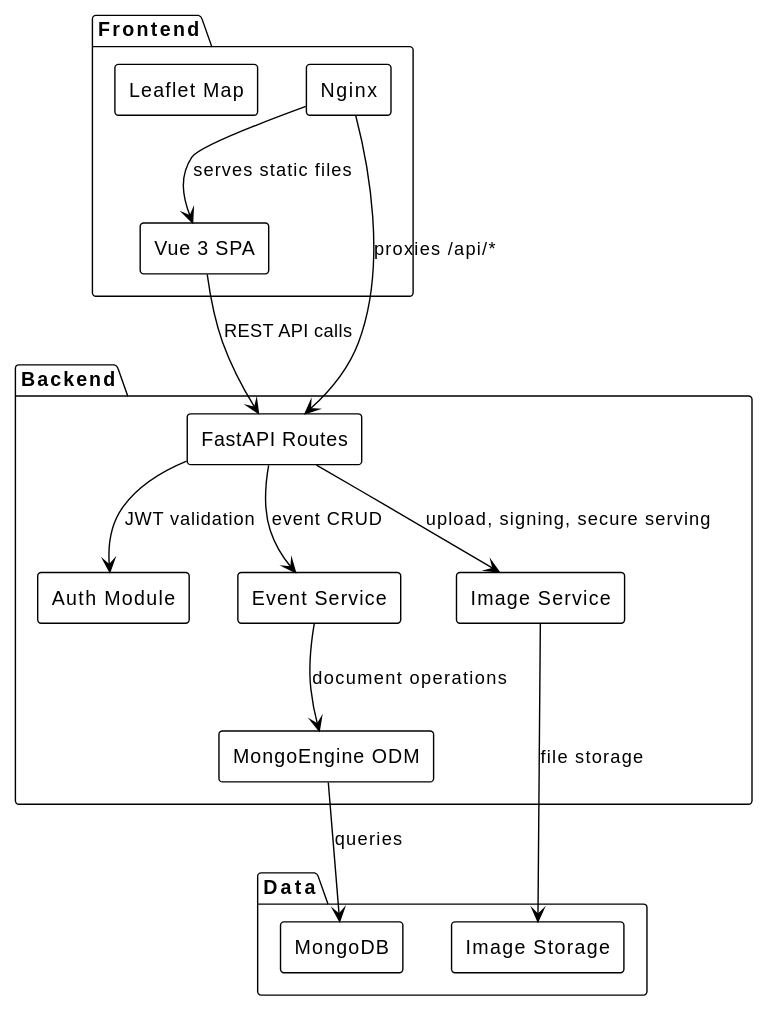
Earlier version of the PlantUML export docs/diagrams/architecture.svg (HEIG-RESONATE/resonate2).
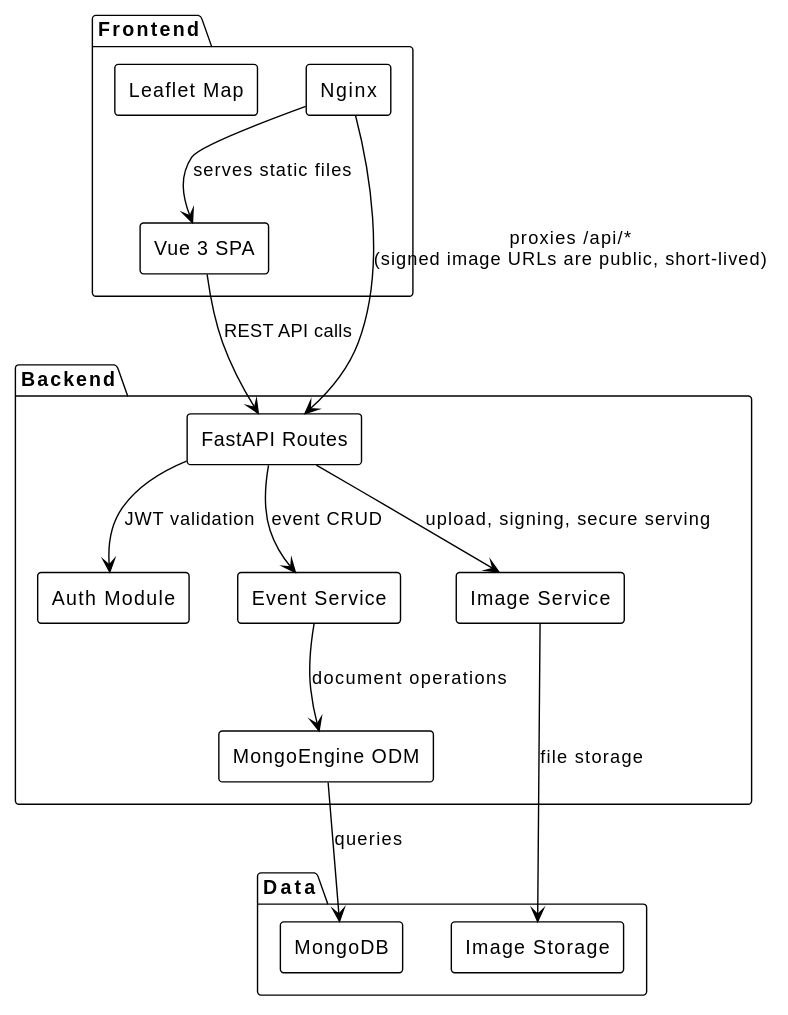
Above is the later version.

Commit message:
modify nginx conf to allow satellite image display on UI

What changed in the source:
```diff
@@ -23,7 +23,7 @@
 }
 
 [Nginx] --> [Vue] : serves static files
-[Nginx] --> [API] : proxies /api/*
+[Nginx] --> [API] : proxies /api/*\n(signed image URLs are public, short-lived)
 [Vue] --> [API] : REST API calls
 [API] --> [Auth] : JWT validation
 [API] --> [EventService] : event CRUD
```
